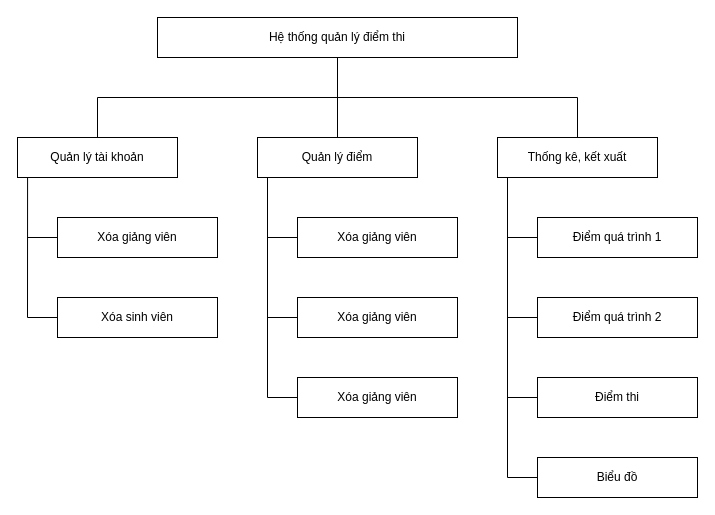
Before: Biểu đồ không có tiêu đề.drawio in holyminhlu/Python, a draw.io diagram. Source tidied: cells renumbered, new cells numbered last; positions are measured from the earlier drawing's top-left corner, leaving out a move shared by most shapes. Both pictures are drawn from the tidied source at 100%, with x=0, y=0 at pixel (17, 17).
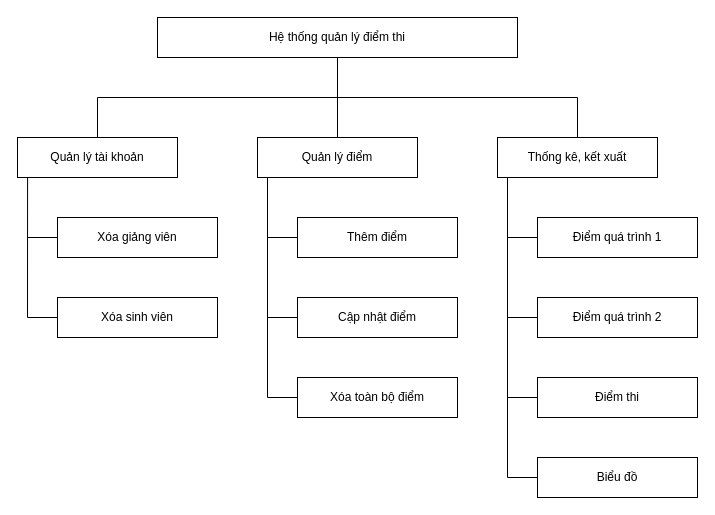
Above is the later version.

Commit message:
Cập nhật Biểu đồ không có tiêu đề.drawio

What changed in the source:
```diff
@@
-    <mxCell id="16" value="Xóa giảng viên" style="rounded=0;whiteSpace=wrap;html=1;" parent="1" vertex="1">
+    <mxCell id="16" value="Thêm điểm" style="rounded=0;whiteSpace=wrap;html=1;" parent="1" vertex="1">
       <mxGeometry x="280" y="200" width="160" height="40" as="geometry" />
     </mxCell>
-    <mxCell id="17" value="Xóa giảng viên" style="rounded=0;whiteSpace=wrap;html=1;" parent="1" vertex="1">
+    <mxCell id="17" value="Cập nhật điểm" style="rounded=0;whiteSpace=wrap;html=1;" parent="1" vertex="1">
       <mxGeometry x="280" y="280" width="160" height="40" as="geometry" />
     </mxCell>
-    <mxCell id="18" value="Xóa giảng viên" style="rounded=0;whiteSpace=wrap;html=1;" parent="1" vertex="1">
+    <mxCell id="18" value="Xóa toàn bộ điểm" style="rounded=0;whiteSpace=wrap;html=1;" parent="1" vertex="1">
       <mxGeometry x="280" y="360" width="160" height="40" as="geometry" />
     </mxCell>
```
